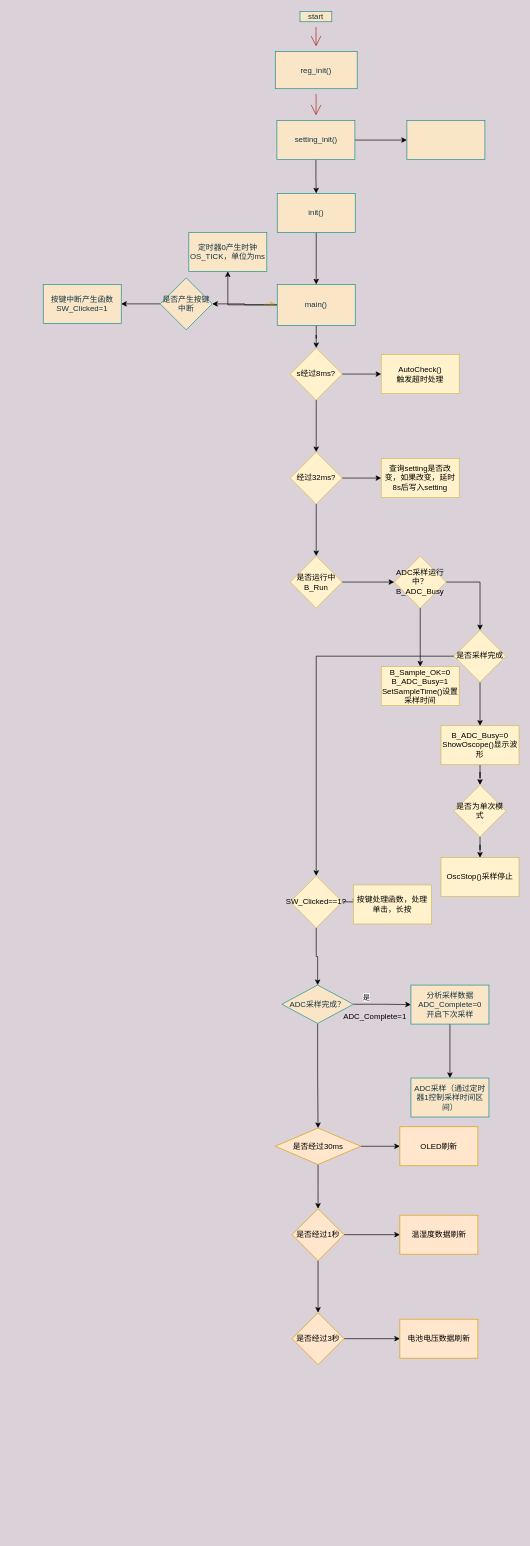
Before: mini_scope.drawio in grander1/draw_io, a draw.io diagram. Source tidied: cells renumbered, new cells numbered last; positions are measured from the earlier drawing's top-left corner, leaving out a move shared by most shapes. Both pictures are drawn from the tidied source at 65%, with x=0, y=0 at pixel (43, 11).
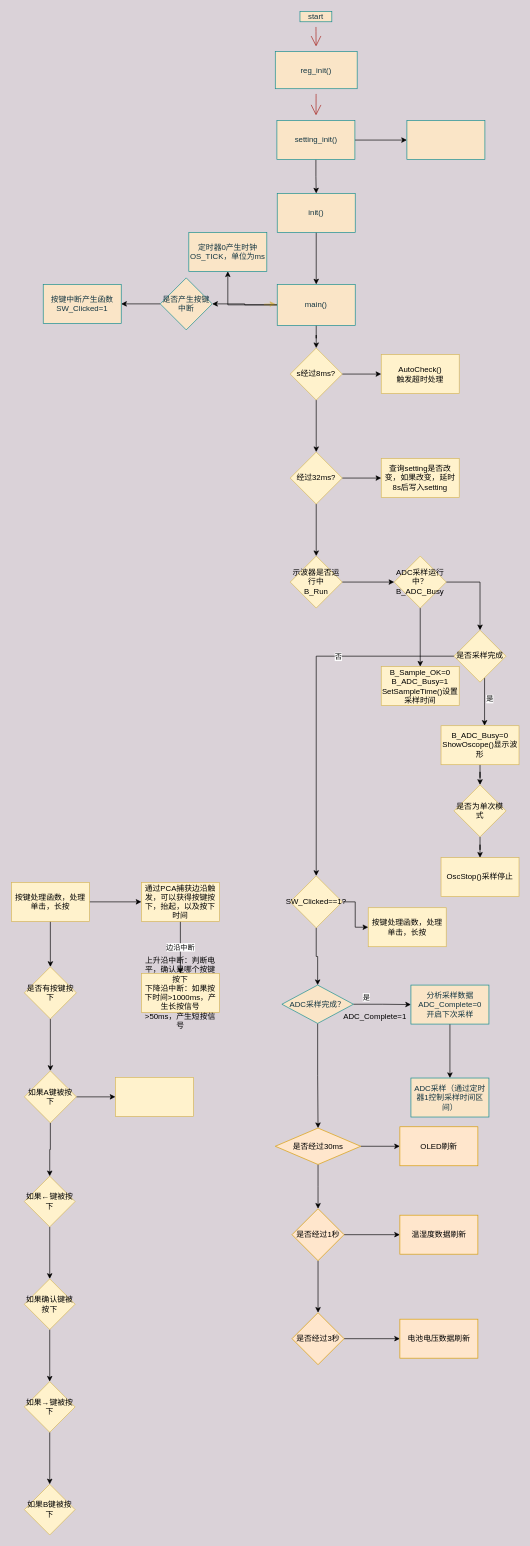
The same diagram, later.

Unchanged cells that the change refers to:
```xml
<mxCell id="59" style="edgeStyle=orthogonalEdgeStyle;rounded=0;jettySize=auto;html=1;entryX=0.5;entryY=0;entryDx=0;entryDy=0;" parent="1" edge="1" source="60" target="41">
  <mxGeometry relative="1" as="geometry" />
</mxCell>
<mxCell id="60" value="是否采样完成" style="rhombus;whiteSpace=wrap;html=1;fillColor=#fff2cc;strokeColor=#d6b656;" parent="1" vertex="1">
  <mxGeometry x="632" y="952" width="80" height="80" as="geometry" />
</mxCell>
<mxCell id="62" value="&lt;div&gt;B_ADC_Busy=0&lt;/div&gt;&lt;div&gt;ShowOscope()显示波形&lt;/div&gt;" style="whiteSpace=wrap;html=1;fillColor=#fff2cc;strokeColor=#d6b656;" parent="1" vertex="1">
  <mxGeometry x="612" y="1099" width="120" height="60" as="geometry" />
</mxCell>
```

What changed in the source:
```diff
@@
     <mxCell id="42" value="按键处理函数，处理单击，长按" style="whiteSpace=wrap;html=1;fillColor=#fff2cc;strokeColor=#d6b656;" parent="1" vertex="1">
-      <mxGeometry x="477.2" y="1344" width="120" height="60" as="geometry" />
+      <mxGeometry x="500" y="1379" width="120" height="60" as="geometry" />
     </mxCell>
@@
-    <mxCell id="53" value="&lt;div&gt;是否运行中&lt;/div&gt;&lt;div&gt;B_Run&lt;/div&gt;" style="rhombus;whiteSpace=wrap;html=1;fillColor=#fff2cc;strokeColor=#d6b656;" parent="1" vertex="1">
+    <mxCell id="53" value="&lt;div&gt;示波器是否运行中&lt;/div&gt;&lt;div&gt;B_Run&lt;/div&gt;" style="rhombus;whiteSpace=wrap;html=1;fillColor=#fff2cc;strokeColor=#d6b656;" parent="1" vertex="1">
       <mxGeometry x="380" y="838" width="80" height="80" as="geometry" />
     </mxCell>
@@
     <mxCell id="58" style="edgeStyle=orthogonalEdgeStyle;rounded=0;jettySize=auto;html=1;" parent="1" edge="1" source="60" target="62">
-      <mxGeometry relative="1" as="geometry" />
+      <mxGeometry relative="1" as="geometry">
+        <Array as="points">
+          <mxPoint x="679" y="1064" />
+          <mxPoint x="679" y="1064" />
+        </Array>
+      </mxGeometry>
     </mxCell>
+    <mxCell id="66" value="是" style="edgeLabel;html=1;align=center;verticalAlign=middle;" parent="58" vertex="1">
+      <mxGeometry x="0.21" y="2" relative="1" as="geometry">
+        <mxPoint x="5" y="-13" as="offset" />
+      </mxGeometry>
+    </mxCell>
@@
+    <mxCell id="67" value="否" style="edgeLabel;html=1;align=center;verticalAlign=middle;" parent="59" vertex="1">
+      <mxGeometry x="-0.35" relative="1" as="geometry" />
+    </mxCell>
@@
+    <mxCell id="68" style="edgeStyle=orthogonalEdgeStyle;rounded=0;jettySize=auto;html=1;" parent="1" edge="1" source="70" target="72">
+      <mxGeometry relative="1" as="geometry" />
+    </mxCell>
+    <mxCell id="69" style="edgeStyle=orthogonalEdgeStyle;rounded=0;jettySize=auto;html=1;" parent="1" edge="1" source="70" target="74">
+      <mxGeometry relative="1" as="geometry" />
+    </mxCell>
+    <mxCell id="70" value="按键处理函数，处理单击，长按" style="whiteSpace=wrap;html=1;fillColor=#fff2cc;strokeColor=#d6b656;" parent="1" vertex="1">
+      <mxGeometry x="-49" y="1340" width="120" height="60" as="geometry" />
+    </mxCell>
+    <mxCell id="71" style="edgeStyle=orthogonalEdgeStyle;rounded=0;jettySize=auto;html=1;" parent="1" edge="1" source="72" target="78">
+      <mxGeometry relative="1" as="geometry" />
+    </mxCell>
+    <mxCell id="72" value="是否有按键按下" style="rhombus;whiteSpace=wrap;html=1;fillColor=#fff2cc;strokeColor=#d6b656;" parent="1" vertex="1">
+      <mxGeometry x="-29" y="1470" width="80" height="80" as="geometry" />
+    </mxCell>
+    <mxCell id="73" value="&lt;div&gt;边沿中断&lt;/div&gt;" style="edgeStyle=orthogonalEdgeStyle;rounded=0;jettySize=auto;html=1;" parent="1" edge="1" source="74" target="75">
+      <mxGeometry relative="1" as="geometry" />
+    </mxCell>
+    <mxCell id="74" value="通过PCA捕获边沿触发，可以获得按键按下，抬起，以及按下时间" style="whiteSpace=wrap;html=1;fillColor=#fff2cc;strokeColor=#d6b656;" parent="1" vertex="1">
+      <mxGeometry x="151" y="1340" width="120" height="60" as="geometry" />
+    </mxCell>
+    <mxCell id="75" value="&lt;div&gt;上升沿中断：判断电平，确认是哪个按键按下&lt;/div&gt;&lt;div&gt;下降沿中断：如果按下时间&amp;gt;1000ms，产生长按信号&lt;/div&gt;&lt;div&gt;&amp;gt;50ms，产生短按信号&lt;/div&gt;" style="whiteSpace=wrap;html=1;fillColor=#fff2cc;strokeColor=#d6b656;" parent="1" vertex="1">
+      <mxGeometry x="151" y="1480" width="120" height="60" as="geometry" />
+    </mxCell>
+    <mxCell id="76" style="edgeStyle=orthogonalEdgeStyle;rounded=0;jettySize=auto;html=1;" parent="1" edge="1" source="78" target="79">
+      <mxGeometry relative="1" as="geometry" />
+    </mxCell>
+    <mxCell id="77" style="edgeStyle=orthogonalEdgeStyle;rounded=0;jettySize=auto;html=1;" parent="1" edge="1" source="78" target="81">
+      <mxGeometry relative="1" as="geometry" />
+    </mxCell>
+    <mxCell id="78" value="如果A键被按下" style="rhombus;whiteSpace=wrap;html=1;fillColor=#fff2cc;strokeColor=#d6b656;" parent="1" vertex="1">
+      <mxGeometry x="-29" y="1630" width="80" height="80" as="geometry" />
+    </mxCell>
+    <mxCell id="79" style="whiteSpace=wrap;html=1;fillColor=#fff2cc;strokeColor=#d6b656;" parent="1" vertex="1">
+      <mxGeometry x="111" y="1640" width="120" height="60" as="geometry" />
+    </mxCell>
+    <mxCell id="80" style="edgeStyle=orthogonalEdgeStyle;rounded=0;jettySize=auto;html=1;" parent="1" edge="1" source="81" target="83">
+      <mxGeometry relative="1" as="geometry" />
+    </mxCell>
+    <mxCell id="81" value="如果←键被按下" style="rhombus;whiteSpace=wrap;html=1;fillColor=#fff2cc;strokeColor=#d6b656;" parent="1" vertex="1">
+      <mxGeometry x="-29" y="1792" width="78" height="78" as="geometry" />
+    </mxCell>
+    <mxCell id="82" style="edgeStyle=orthogonalEdgeStyle;rounded=0;jettySize=auto;html=1;" parent="1" edge="1" source="83" target="85">
+      <mxGeometry relative="1" as="geometry" />
+    </mxCell>
+    <mxCell id="83" value="如果确认键被按下" style="rhombus;whiteSpace=wrap;html=1;fillColor=#fff2cc;strokeColor=#d6b656;" parent="1" vertex="1">
+      <mxGeometry x="-29" y="1950" width="78" height="78" as="geometry" />
+    </mxCell>
+    <mxCell id="84" style="edgeStyle=orthogonalEdgeStyle;rounded=0;jettySize=auto;html=1;" parent="1" edge="1" source="85" target="86">
+      <mxGeometry relative="1" as="geometry" />
+    </mxCell>
+    <mxCell id="85" value="如果→键被按下" style="rhombus;whiteSpace=wrap;html=1;fillColor=#fff2cc;strokeColor=#d6b656;" parent="1" vertex="1">
+      <mxGeometry x="-29" y="2108" width="78" height="78" as="geometry" />
+    </mxCell>
+    <mxCell id="86" value="如果B键被按下" style="rhombus;whiteSpace=wrap;html=1;fillColor=#fff2cc;strokeColor=#d6b656;" parent="1" vertex="1">
+      <mxGeometry x="-29" y="2266" width="78" height="78" as="geometry" />
+    </mxCell>
```
